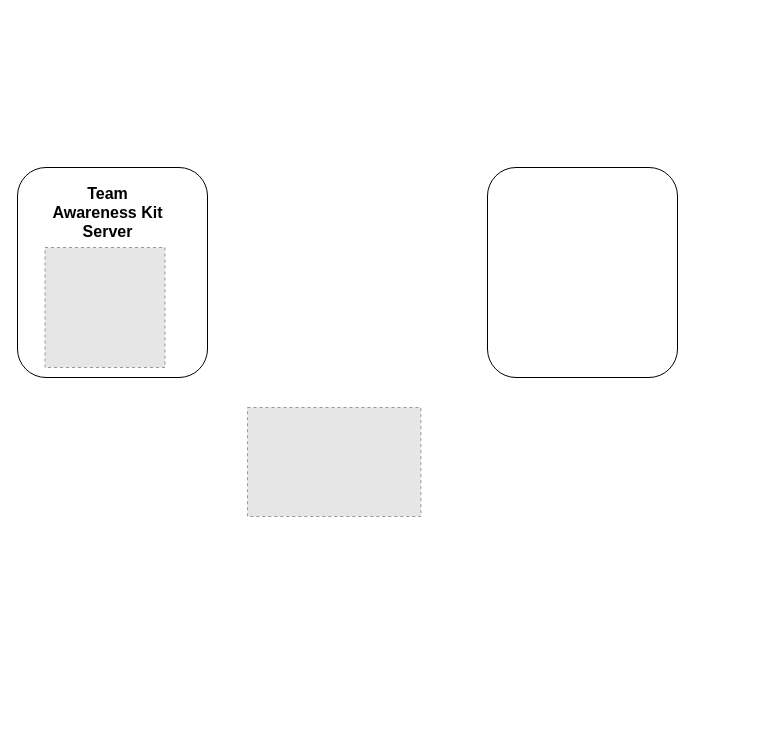
The draw.io diagram TAK-architecture-overview-ASCUE.drawio in haasr/ia-diagrams, before the edit. Source tidied: cells renumbered, new cells numbered last; positions are measured from the earlier drawing's top-left corner, leaving out a move shared by most shapes. Both pictures are drawn from the tidied source at 100%, with x=0, y=0 at pixel (17, 167). Pictures stored in the file or linked from it are replaced by grey dashed boxes.
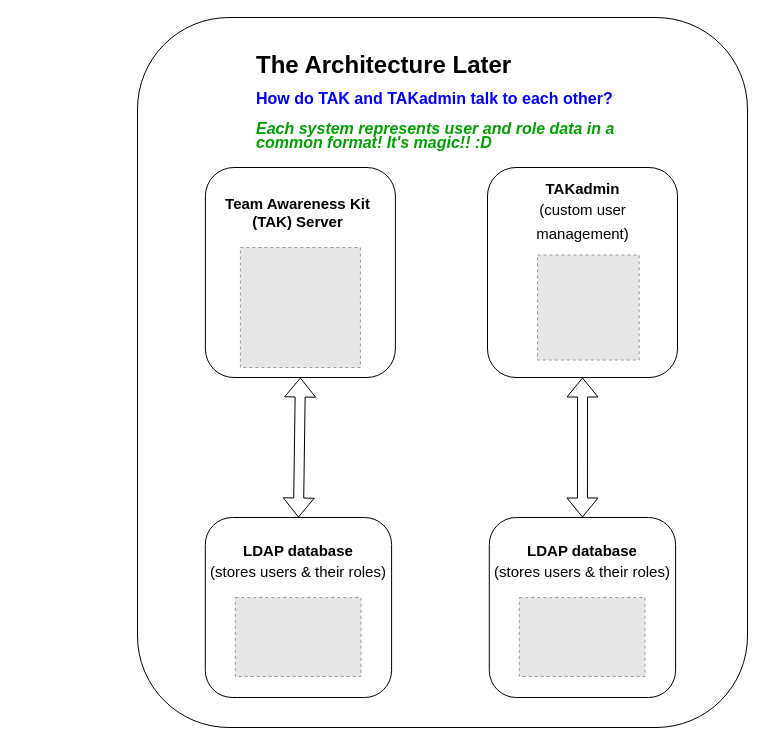
After the change.

The edit, as a diff of the source:
```diff
@@
 <mxGraphModel>
   <root>
     <mxCell id="0" />
     <mxCell id="1" parent="0" />
-    <mxCell id="2" style="fillColor=#E6E6E6;strokeColor=#999999;dashed=1;verticalLabelPosition=bottom;labelBackgroundColor=default;verticalAlign=top;" parent="1" vertex="1">
-      <mxGeometry x="230" y="240" width="173.4" height="109" as="geometry" />
-    </mxCell>
+    <mxCell id="7" style="rounded=1;whiteSpace=wrap;html=1;" parent="1" vertex="1">
+      <mxGeometry x="120" y="-150" width="610" height="710" as="geometry" />
+    </mxCell>
     <mxCell id="3" style="rounded=1;whiteSpace=wrap;html=1;" parent="1" vertex="1">
-      <mxGeometry width="190" height="210" as="geometry" />
+      <mxGeometry x="187.9" width="190" height="210" as="geometry" />
     </mxCell>
     <mxCell id="4" style="fillColor=#E6E6E6;strokeColor=#999999;dashed=1;verticalLabelPosition=bottom;labelBackgroundColor=default;verticalAlign=top;" parent="1" vertex="1">
-      <mxGeometry x="27.5" y="80" width="120" height="120" as="geometry" />
+      <mxGeometry x="222.9" y="80" width="120" height="120" as="geometry" />
     </mxCell>
-    <mxCell id="5" value="&lt;b style=&quot;font-size: 16px;&quot;&gt;&lt;font style=&quot;font-size: 16px;&quot;&gt;Team Awareness Kit&lt;/font&gt;&lt;/b&gt;&lt;div style=&quot;font-size: 16px;&quot;&gt;&lt;b style=&quot;&quot;&gt;&lt;font style=&quot;font-size: 16px;&quot;&gt;Server&lt;/font&gt;&lt;/b&gt;&lt;/div&gt;" style="text;html=1;align=center;verticalAlign=middle;whiteSpace=wrap;rounded=0;" parent="1" vertex="1">
-      <mxGeometry x="32.5" y="10" width="115" height="70" as="geometry" />
+    <mxCell id="5" value="&lt;b style=&quot;font-size: 15px;&quot;&gt;&lt;font style=&quot;font-size: 15px;&quot;&gt;Team Awareness Kit (TAK)&amp;nbsp;&lt;/font&gt;&lt;/b&gt;&lt;b style=&quot;font-size: 15px; background-color: initial;&quot;&gt;Server&lt;/b&gt;" style="text;html=1;align=center;verticalAlign=middle;whiteSpace=wrap;rounded=0;" parent="1" vertex="1">
+      <mxGeometry x="206" y="10" width="149.2" height="70" as="geometry" />
     </mxCell>
     <mxCell id="6" style="rounded=1;whiteSpace=wrap;html=1;" parent="1" vertex="1">
       <mxGeometry x="470" width="190" height="210" as="geometry" />
     </mxCell>
+    <mxCell id="8" style="fillColor=#E6E6E6;strokeColor=#999999;dashed=1;verticalLabelPosition=bottom;labelBackgroundColor=default;verticalAlign=top;" parent="1" vertex="1">
+      <mxGeometry x="520" y="87.5" width="101.7" height="105" as="geometry" />
+    </mxCell>
+    <mxCell id="9" value="&lt;b style=&quot;font-size: 15px;&quot;&gt;&lt;font style=&quot;font-size: 15px;&quot;&gt;TAKadmin&lt;/font&gt;&lt;/b&gt;&lt;div style=&quot;line-height: 160%; font-size: 15px;&quot;&gt;&lt;font style=&quot;font-size: 15px;&quot;&gt;(custom user management)&lt;/font&gt;&lt;/div&gt;" style="text;html=1;align=center;verticalAlign=middle;whiteSpace=wrap;rounded=0;" parent="1" vertex="1">
+      <mxGeometry x="507.5" y="10" width="115" height="70" as="geometry" />
+    </mxCell>
+    <mxCell id="10" style="rounded=1;whiteSpace=wrap;html=1;" parent="1" vertex="1">
+      <mxGeometry x="187.8" y="350" width="186.3" height="180" as="geometry" />
+    </mxCell>
+    <mxCell id="2" style="fillColor=#E6E6E6;strokeColor=#999999;dashed=1;verticalLabelPosition=bottom;labelBackgroundColor=default;verticalAlign=top;" parent="1" vertex="1">
+      <mxGeometry x="217.8" y="430" width="125.7" height="79" as="geometry" />
+    </mxCell>
+    <mxCell id="11" value="&lt;font style=&quot;font-size: 15px;&quot;&gt;&lt;b&gt;LDAP database&lt;/b&gt;&lt;/font&gt;&lt;div style=&quot;font-size: 15px; line-height: 160%;&quot;&gt;(stores users &amp;amp; their roles)&lt;/div&gt;" style="text;html=1;align=center;verticalAlign=middle;whiteSpace=wrap;rounded=0;" parent="1" vertex="1">
+      <mxGeometry x="190.8" y="380" width="179.7" height="30" as="geometry" />
+    </mxCell>
+    <mxCell id="12" style="rounded=1;whiteSpace=wrap;html=1;" parent="1" vertex="1">
+      <mxGeometry x="471.8" y="350" width="186.3" height="180" as="geometry" />
+    </mxCell>
+    <mxCell id="13" style="fillColor=#E6E6E6;strokeColor=#999999;dashed=1;verticalLabelPosition=bottom;labelBackgroundColor=default;verticalAlign=top;" parent="1" vertex="1">
+      <mxGeometry x="501.8" y="430" width="125.7" height="79" as="geometry" />
+    </mxCell>
+    <mxCell id="14" value="&lt;font style=&quot;font-size: 15px;&quot;&gt;&lt;b&gt;LDAP database&lt;/b&gt;&lt;/font&gt;&lt;div style=&quot;font-size: 15px; line-height: 160%;&quot;&gt;(stores users &amp;amp; their roles)&lt;/div&gt;" style="text;html=1;align=center;verticalAlign=middle;whiteSpace=wrap;rounded=0;" parent="1" vertex="1">
+      <mxGeometry x="474.8" y="380" width="179.7" height="30" as="geometry" />
+    </mxCell>
+    <mxCell id="15" style="shape=flexArrow;endArrow=classic;startArrow=classic;html=1;rounded=0;entryX=0.5;entryY=1;entryDx=0;entryDy=0;exitX=0.5;exitY=0;exitDx=0;exitDy=0;" parent="1" edge="1" source="10" target="3">
+      <mxGeometry relative="1" as="geometry" />
+    </mxCell>
+    <mxCell id="16" style="shape=flexArrow;endArrow=classic;startArrow=classic;html=1;rounded=0;exitX=0.5;exitY=0;exitDx=0;exitDy=0;entryX=0.5;entryY=1;entryDx=0;entryDy=0;" parent="1" edge="1" source="12" target="6">
+      <mxGeometry relative="1" as="geometry" />
+    </mxCell>
+    <mxCell id="17" value="&lt;h1 style=&quot;margin-top: 0px; line-height: 90%;&quot;&gt;The Architecture Later&lt;/h1&gt;&lt;p style=&quot;font-size: 16px; line-height: 90%;&quot;&gt;&lt;font color=&quot;#0000ff&quot; style=&quot;font-size: 16px;&quot;&gt;&lt;b&gt;How do TAK and TAKadmin talk to each other?&lt;/b&gt;&lt;/font&gt;&lt;/p&gt;&lt;p style=&quot;font-size: 16px; line-height: 90%;&quot;&gt;&lt;font color=&quot;#00a100&quot; style=&quot;font-size: 16px;&quot;&gt;&lt;i style=&quot;&quot;&gt;&lt;b style=&quot;&quot;&gt;Each system represents user and role data in a common format! It's magic!! :D&lt;/b&gt;&lt;/i&gt;&lt;/font&gt;&lt;/p&gt;" style="text;html=1;whiteSpace=wrap;overflow=hidden;rounded=0;" parent="1" vertex="1">
+      <mxGeometry x="237.4" y="-120" width="390" height="110" as="geometry" />
+    </mxCell>
   </root>
 </mxGraphModel>
```
